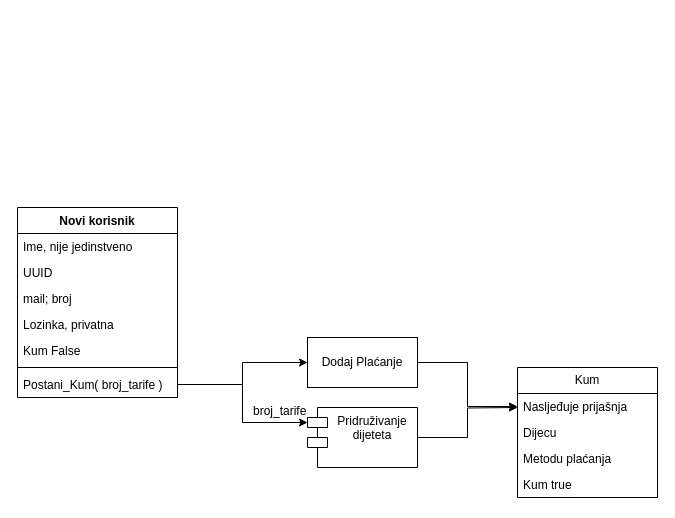
Frane-Bog/Zdenac keeps this draw.io diagram as Untitled Diagram.drawio. Above is the earlier version. Source tidied: cells renumbered, new cells numbered last; positions are measured from the earlier drawing's top-left corner, leaving out a move shared by most shapes. Both pictures are drawn from the tidied source at 100%, with x=0, y=0 at pixel (17, 207).
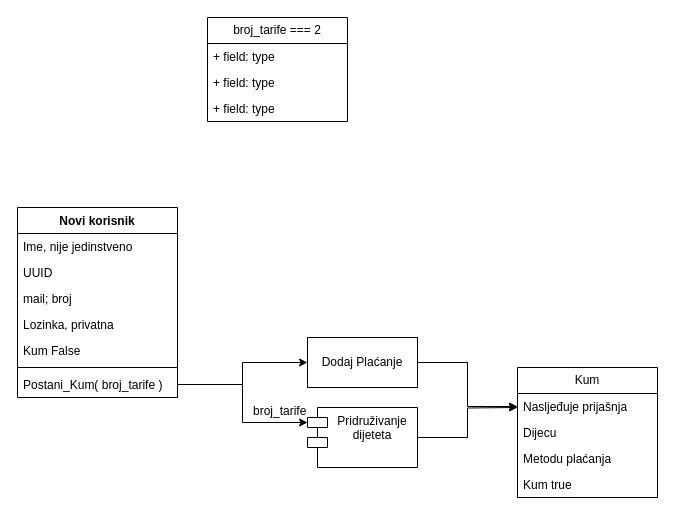
After the change.

What changed in the source:
```diff
@@
+    <mxCell id="22" value="broj_tarife === 2" style="swimlane;fontStyle=0;horizontal=1;startSize=26;fillColor=none;whiteSpace=wrap;html=1;" parent="1" vertex="1">
+      <mxGeometry x="190" y="-190" width="140" height="104" as="geometry" />
+    </mxCell>
+    <mxCell id="23" value="+ field: type" style="text;strokeColor=none;fillColor=none;align=left;verticalAlign=top;spacingLeft=4;spacingRight=4;overflow=hidden;whiteSpace=wrap;html=1;" parent="22" vertex="1">
+      <mxGeometry y="26" width="140" height="26" as="geometry" />
+    </mxCell>
+    <mxCell id="24" value="+ field: type" style="text;strokeColor=none;fillColor=none;align=left;verticalAlign=top;spacingLeft=4;spacingRight=4;overflow=hidden;whiteSpace=wrap;html=1;" parent="22" vertex="1">
+      <mxGeometry y="52" width="140" height="26" as="geometry" />
+    </mxCell>
+    <mxCell id="25" value="+ field: type" style="text;strokeColor=none;fillColor=none;align=left;verticalAlign=top;spacingLeft=4;spacingRight=4;overflow=hidden;whiteSpace=wrap;html=1;" parent="22" vertex="1">
+      <mxGeometry y="78" width="140" height="26" as="geometry" />
+    </mxCell>
```
